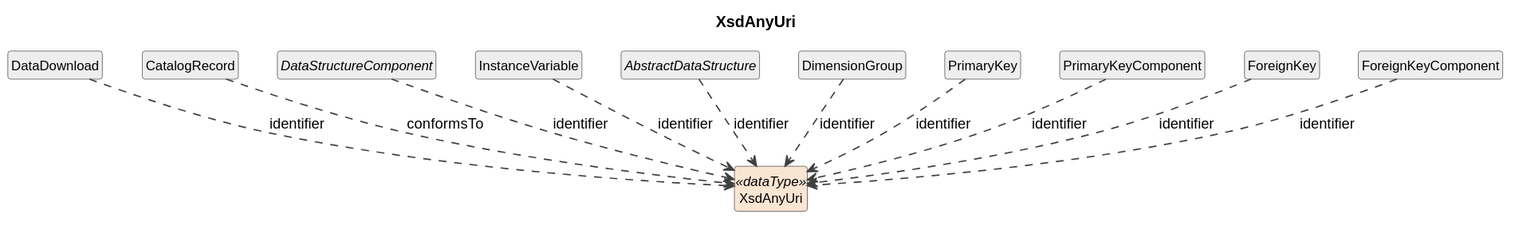
Before: cdif-uml-model/cdifDataStructure/DataTypes/XsdAnyUri.svg, a diagram exported from PlantUML (Cross-Domain-Interoperability-Framework/metadataBuildingBlocks).
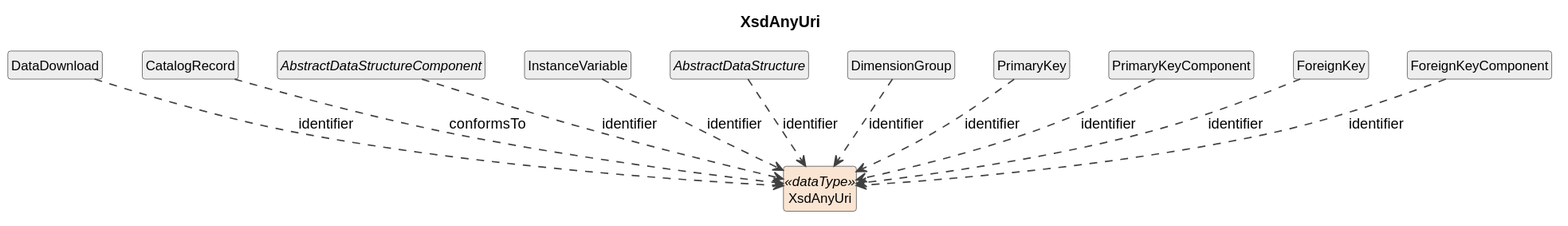
Above is the later version.

Diff of the diagram source:
```diff
@@ -15,8 +15,8 @@
 DataDownload ..> XsdAnyUri : identifier
 class "CatalogRecord" as CatalogRecord #EEEEEE
 CatalogRecord ..> XsdAnyUri : conformsTo
-abstract class "DataStructureComponent" as DataStructureComponent #EEEEEE
-DataStructureComponent ..> XsdAnyUri : identifier
+abstract class "AbstractDataStructureComponent" as AbstractDataStructureComponent #EEEEEE
+AbstractDataStructureComponent ..> XsdAnyUri : identifier
 class "InstanceVariable" as InstanceVariable #EEEEEE
 InstanceVariable ..> XsdAnyUri : identifier
 abstract class "AbstractDataStructure" as AbstractDataStructure #EEEEEE
```
